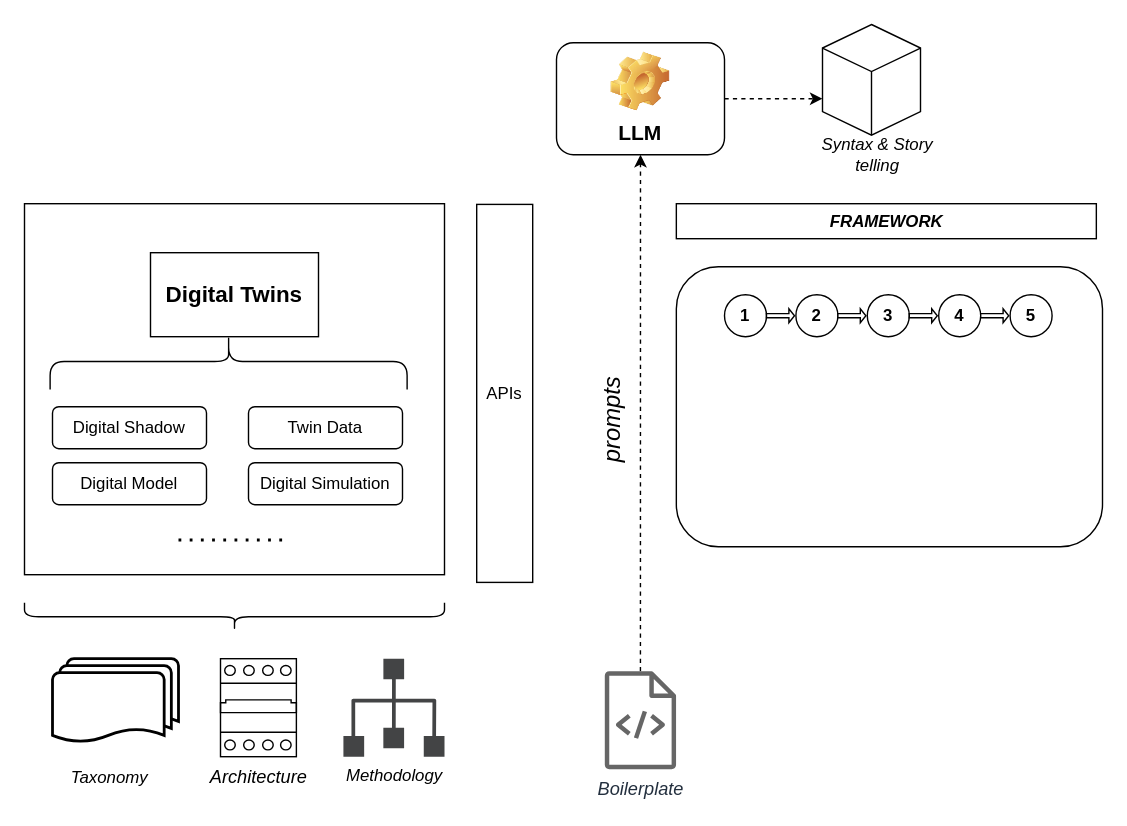
Above: drawio/mams/dd-twins/DDTwins_Architecture.drawio in scrodrig/Diagrams (draw.io), before the change. Source tidied: cells renumbered, new cells numbered last; positions are measured from the earlier drawing's top-left corner, leaving out a move shared by most shapes. Both pictures are drawn from the tidied source at 140%, with x=0, y=0 at pixel (24, 24).
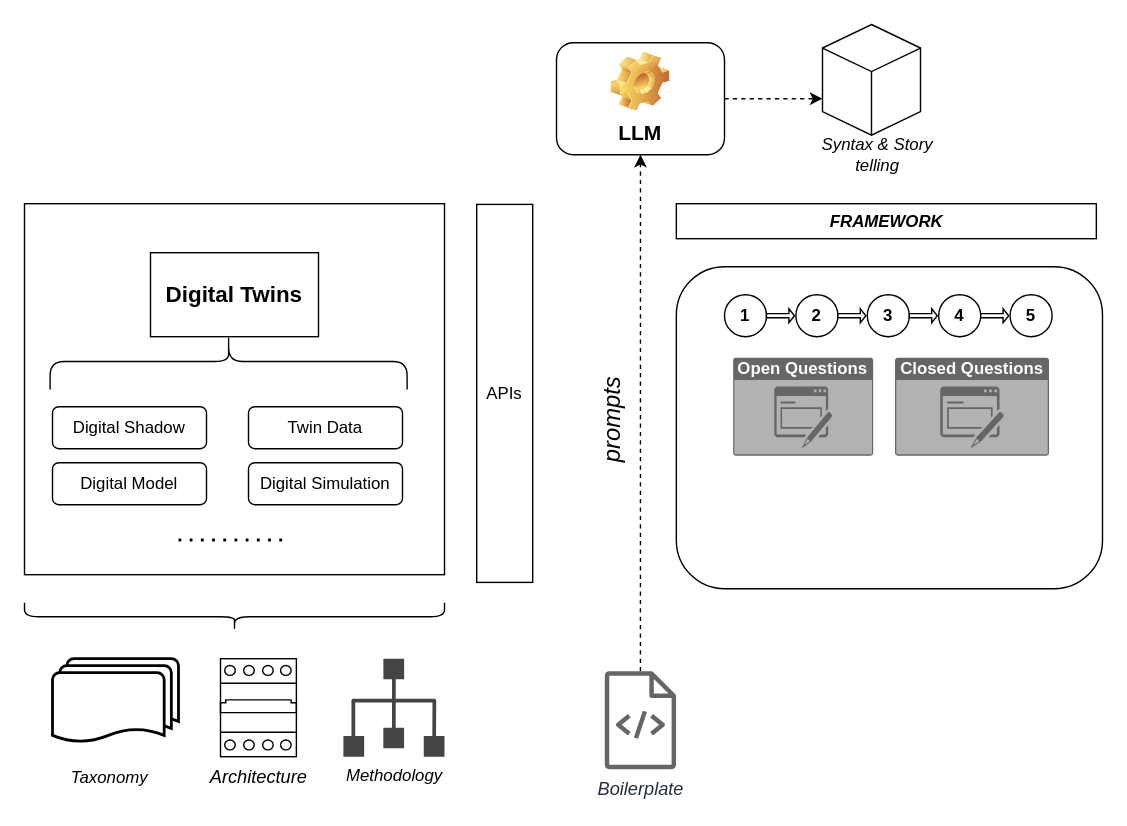
After the change.

Commit message:
Add question forms

The edit, as a diff of the source:
```diff
@@
     <mxCell id="25" style="rounded=1;whiteSpace=wrap;html=1;" parent="1" vertex="1">
-      <mxGeometry x="465.6" y="173" width="304.4" height="200" as="geometry" />
+      <mxGeometry x="465.6" y="173" width="304.4" height="230" as="geometry" />
     </mxCell>
@@
+    <mxCell id="36" value="&lt;b&gt;Open Questions&lt;/b&gt;" style="html=1;whiteSpace=wrap;strokeColor=none;fillColor=#676565;labelPosition=center;verticalLabelPosition=middle;verticalAlign=top;align=center;fontSize=12;spacingTop=-6;fontColor=#FFFFFF;sketch=0;shape=mxgraph.sitemap.form;" parent="1" vertex="1">
+      <mxGeometry x="506.2" y="238" width="100" height="70" as="geometry" />
+    </mxCell>
+    <mxCell id="37" value="&lt;b&gt;Closed Questions&lt;/b&gt;" style="html=1;whiteSpace=wrap;strokeColor=none;fillColor=#676565;labelPosition=center;verticalLabelPosition=middle;verticalAlign=top;align=center;fontSize=12;spacingTop=-6;fontColor=#FFFFFF;sketch=0;shape=mxgraph.sitemap.form;" parent="1" vertex="1">
+      <mxGeometry x="621.8" y="238" width="110" height="70" as="geometry" />
+    </mxCell>
```
